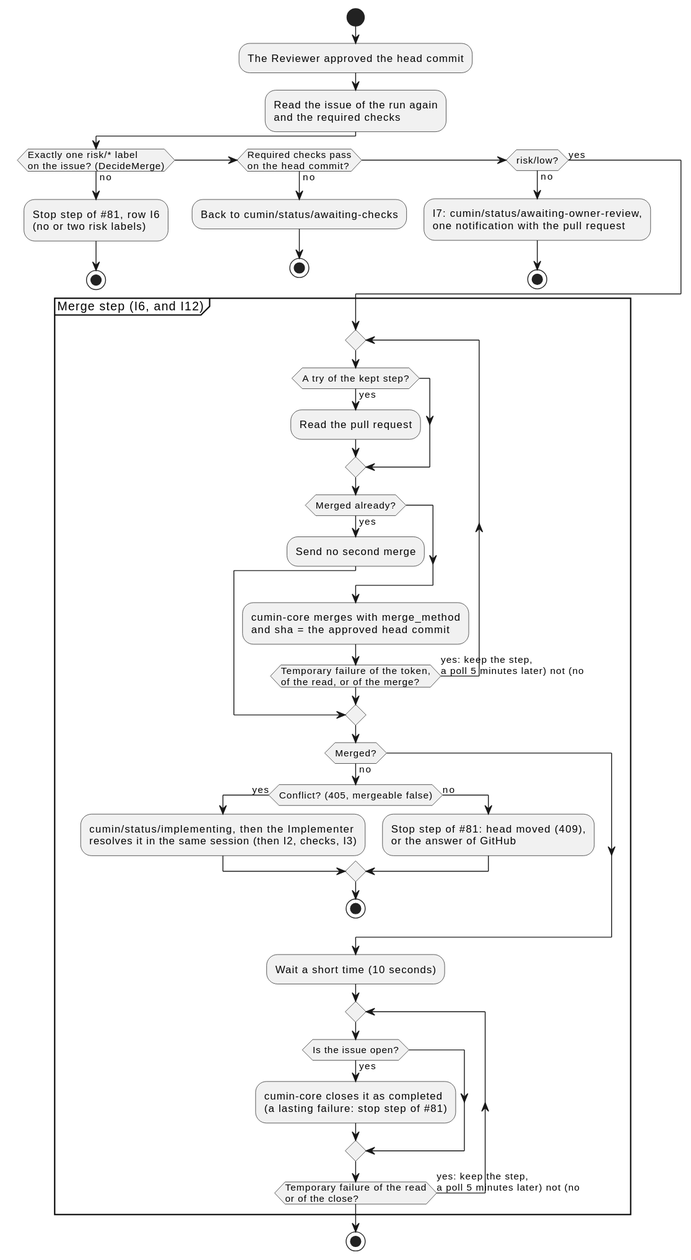
cloveclovedev/cumin-works keeps this PlantUML diagram as docs/ja/designs/poll-merge.svg. Above is the earlier version.
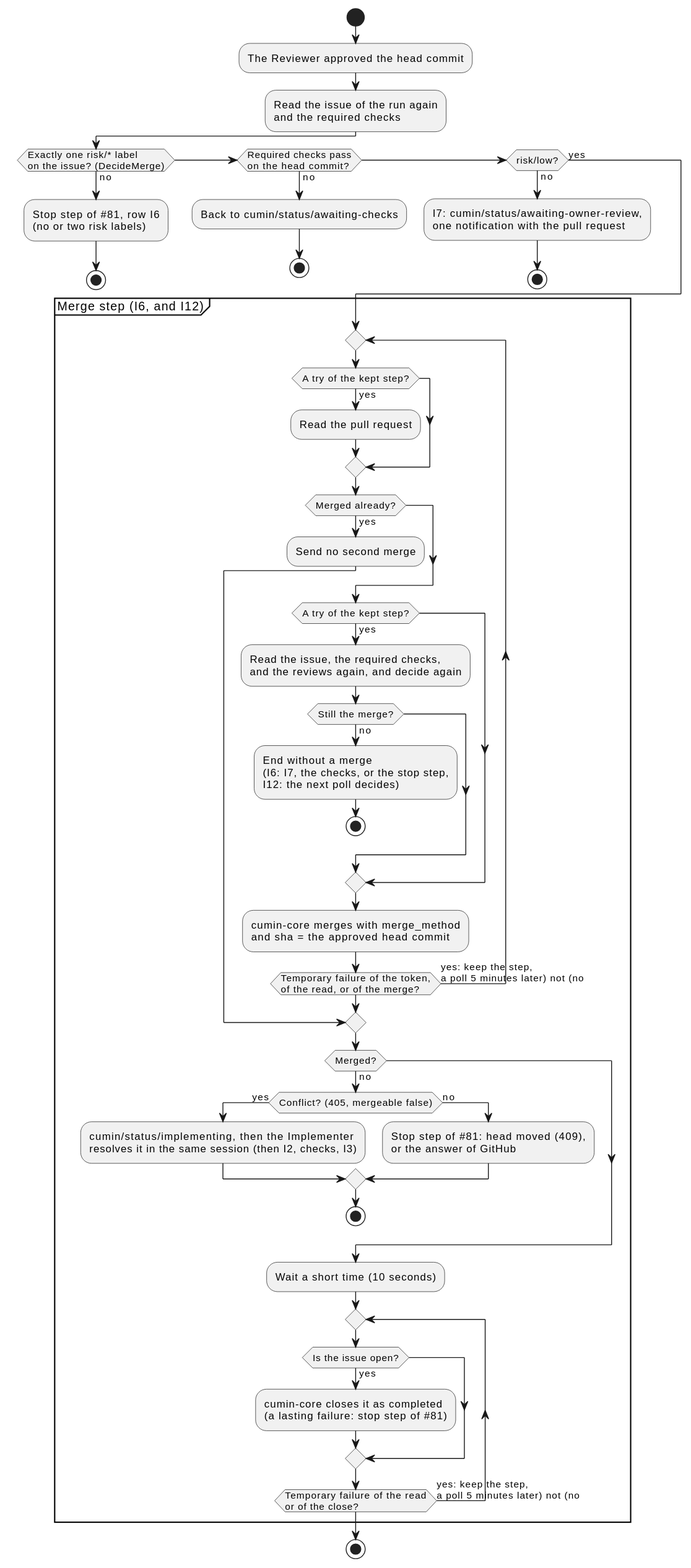
After the change.

Commit message:
docs(designs): describe the new decision of a try of the kept merge

The edit, as a diff of the source:
```diff
@@ -30,6 +30,16 @@
       :Send no second merge;
       break
     endif
+    if (A try of the kept step?) then (yes)
+      :Read the issue, the required checks,
+      and the reviews again, and decide again;
+      if (Still the merge?) then (no)
+        :End without a merge
+        (I6: I7, the checks, or the stop step,
+        I12: the next poll decides);
+        stop
+      endif
+    endif
     :cumin-core merges with merge_method
     and sha = the approved head commit;
   repeat while (Temporary failure of the token,
```
